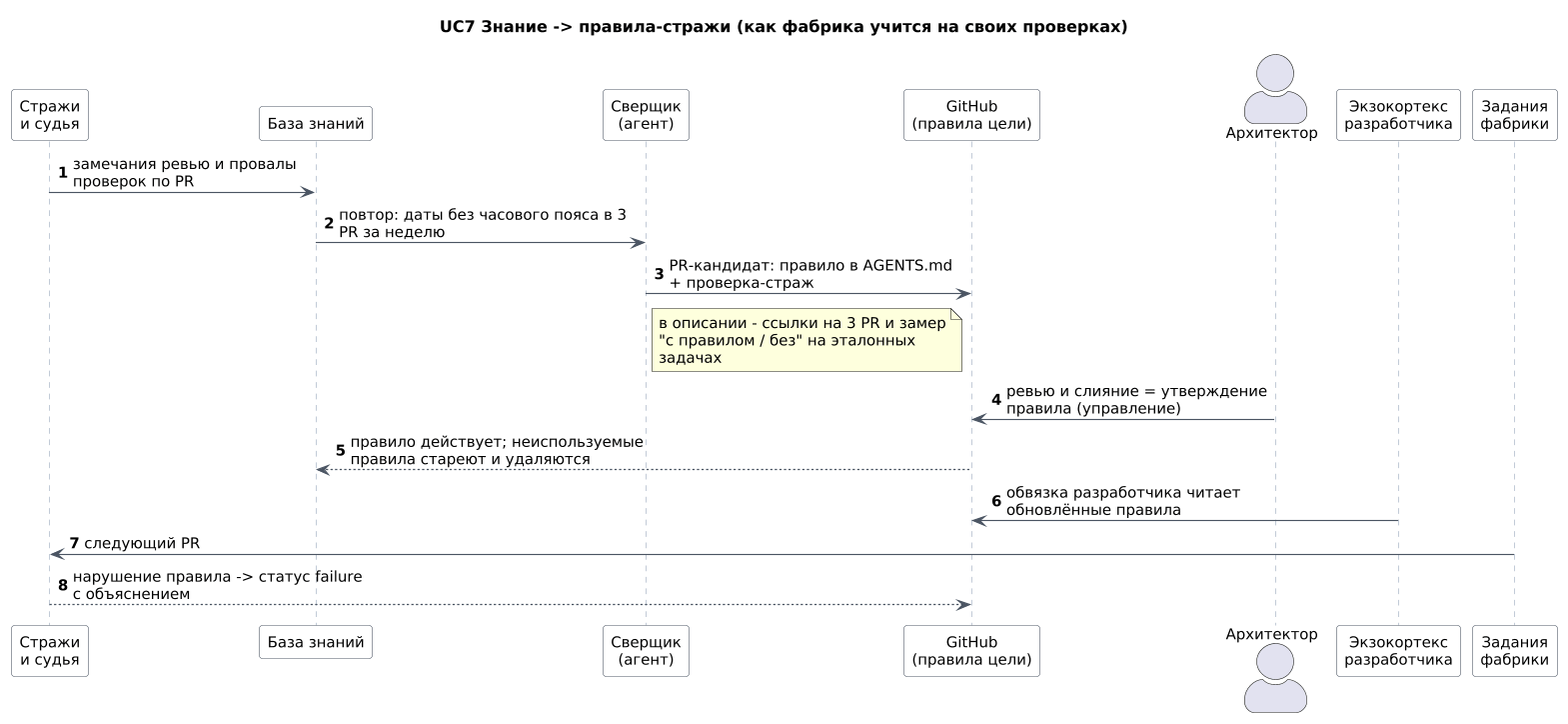
Earlier version of the PlantUML export docs/demo/diagrams/uc7-knowledge-to-rules.png (ypolosov/ai-factory).
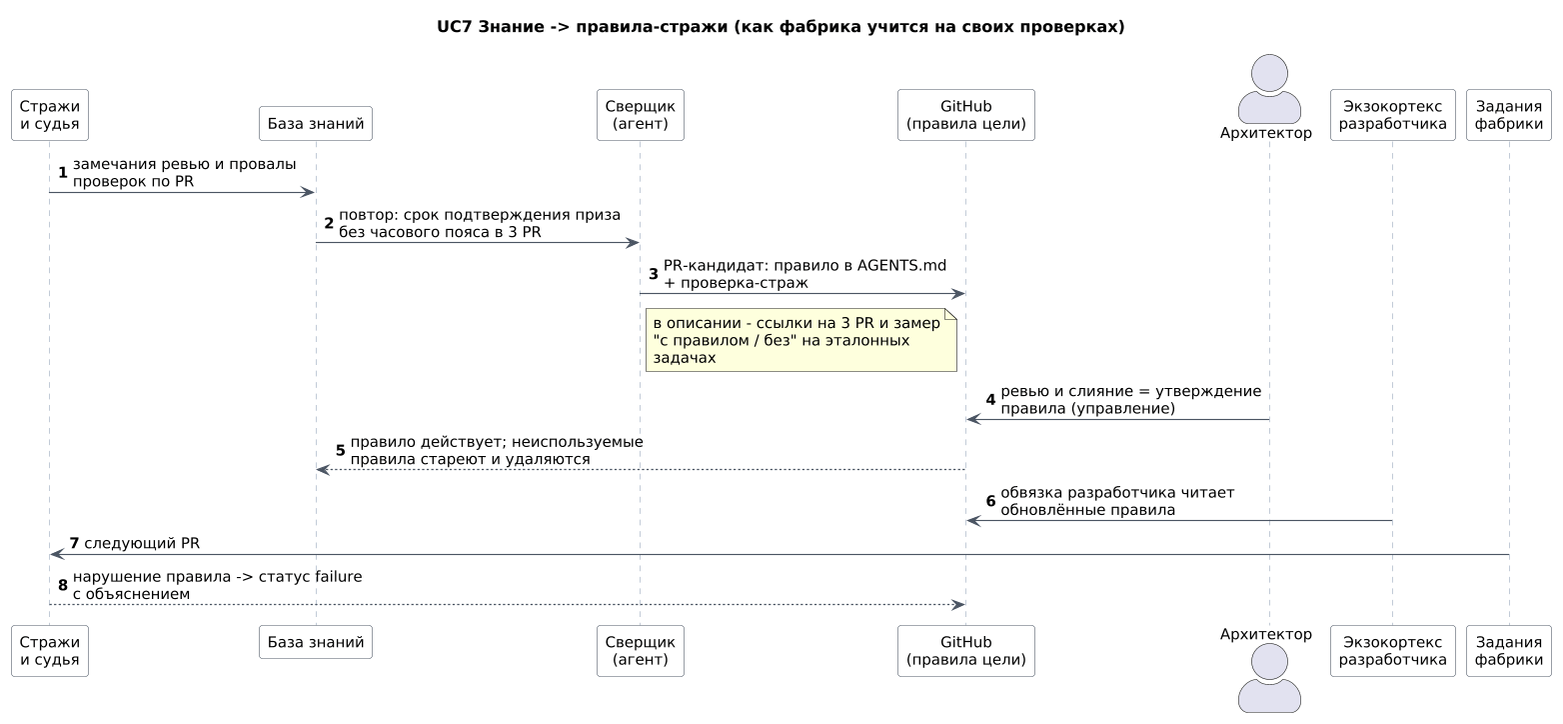
After the commit.

The edit, as a diff of the source:
```diff
@@ -13,7 +13,7 @@
 
 autonumber
 G -> KB : замечания ревью и провалы проверок по PR
-KB -> REC : повтор: даты без часового пояса в 3 PR за неделю
+KB -> REC : повтор: срок подтверждения приза без часового пояса в 3 PR
 REC -> GH : PR-кандидат: правило в AGENTS.md + проверка-страж
 note right of REC : в описании - ссылки на 3 PR и замер\n"с правилом / без" на эталонных задачах
 ARC -> GH : ревью и слияние = утверждение правила (управление)
```
